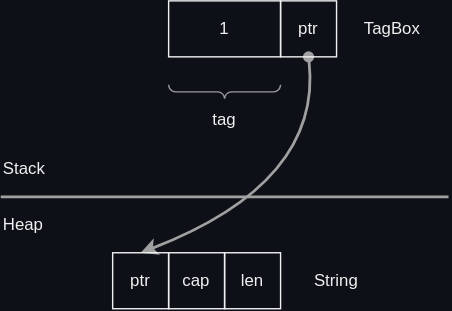
htgithub194/self-study keeps this draw.io diagram as docs/rust/memory_layout/images/box_enum.drawio.svg. Above is the earlier version. Source tidied: cells renumbered, new cells last; positions are measured from the earlier drawing's top-left corner, leaving out a move shared by most shapes.
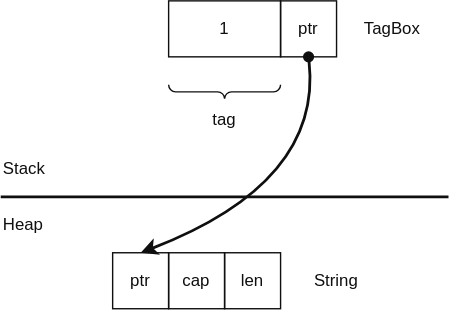
Above is the later version.

Diff of the diagram source:
```diff
@@ -1,51 +1,51 @@
-<mxGraphModel background="#0D1117">
+<mxGraphModel>
   <root>
     <mxCell id="0" />
     <mxCell id="1" parent="0" />
-    <mxCell id="2" value="1" style="rounded=0;whiteSpace=wrap;html=1;flipH=1;flipV=1;fillColor=none;fontColor=#F0F0F0;strokeColor=#F0F0F0;" parent="1" vertex="1">
+    <mxCell id="2" value="1" style="rounded=0;whiteSpace=wrap;html=1;flipH=1;flipV=1;fillColor=none;fontColor=light-dark(#0F0F0F,#F0F0F0);strokeColor=light-dark(#0F0F0F,#F0F0F0);" parent="1" vertex="1">
       <mxGeometry x="120" width="80" height="40" as="geometry" />
     </mxCell>
-    <mxCell id="3" style="edgeStyle=none;curved=1;html=1;exitX=0.5;exitY=1;exitDx=0;exitDy=0;entryX=0.5;entryY=0;entryDx=0;entryDy=0;strokeColor=#A0A0A0;strokeWidth=2;startArrow=oval;startFill=1;targetPerimeterSpacing=10;fontColor=#F0F0F0;" parent="1" edge="1" source="4" target="11">
+    <mxCell id="3" style="edgeStyle=none;curved=1;html=1;exitX=0.5;exitY=1;exitDx=0;exitDy=0;entryX=0.5;entryY=0;entryDx=0;entryDy=0;strokeColor=light-dark(#0F0F0F,#F0F0F0);strokeWidth=2;startArrow=oval;startFill=1;targetPerimeterSpacing=10;fontColor=light-dark(#0F0F0F,#F0F0F0);" parent="1" edge="1" source="4" target="11">
       <mxGeometry relative="1" as="geometry">
         <Array as="points">
           <mxPoint x="230" y="130" />
         </Array>
       </mxGeometry>
     </mxCell>
-    <mxCell id="4" value="ptr" style="rounded=0;whiteSpace=wrap;html=1;flipH=1;flipV=1;fillColor=none;fontColor=#F0F0F0;strokeColor=#F0F0F0;" parent="1" vertex="1">
+    <mxCell id="4" value="ptr" style="rounded=0;whiteSpace=wrap;html=1;flipH=1;flipV=1;fillColor=none;fontColor=light-dark(#0F0F0F,#F0F0F0);strokeColor=light-dark(#0F0F0F,#F0F0F0);" parent="1" vertex="1">
       <mxGeometry x="200" width="40" height="40" as="geometry" />
     </mxCell>
-    <mxCell id="5" style="verticalLabelPosition=bottom;shadow=0;dashed=0;align=center;html=1;verticalAlign=top;strokeWidth=1;shape=mxgraph.mockup.markup.curlyBrace;strokeColor=#999999;rotation=-180;fontColor=#F0F0F0;" parent="1" vertex="1">
+    <mxCell id="5" style="verticalLabelPosition=bottom;shadow=0;dashed=0;align=center;html=1;verticalAlign=top;strokeWidth=1;shape=mxgraph.mockup.markup.curlyBrace;strokeColor=light-dark(#0F0F0F,#F0F0F0);rotation=-180;fontColor=light-dark(#0F0F0F,#F0F0F0);" parent="1" vertex="1">
       <mxGeometry x="120" y="60" width="80" height="10" as="geometry" />
     </mxCell>
-    <mxCell id="6" value="tag" style="text;html=1;strokeColor=none;fillColor=none;align=center;verticalAlign=middle;whiteSpace=wrap;rounded=0;fontColor=#F0F0F0;" parent="1" vertex="1">
+    <mxCell id="6" value="tag" style="text;html=1;strokeColor=none;fillColor=none;align=center;verticalAlign=middle;whiteSpace=wrap;rounded=0;fontColor=light-dark(#0F0F0F,#F0F0F0);" parent="1" vertex="1">
       <mxGeometry x="120" y="75" width="80" height="20" as="geometry" />
     </mxCell>
-    <mxCell id="7" value="TagBox" style="text;html=1;strokeColor=none;fillColor=none;align=center;verticalAlign=middle;whiteSpace=wrap;rounded=0;fontColor=#F0F0F0;" parent="1" vertex="1">
+    <mxCell id="7" value="TagBox" style="text;html=1;strokeColor=none;fillColor=none;align=center;verticalAlign=middle;whiteSpace=wrap;rounded=0;fontColor=light-dark(#0F0F0F,#F0F0F0);" parent="1" vertex="1">
       <mxGeometry x="240" y="10" width="80" height="20" as="geometry" />
     </mxCell>
-    <mxCell id="8" style="endArrow=none;html=1;strokeColor=#A0A0A0;strokeWidth=2;fontColor=#F0F0F0;" parent="1" edge="1">
+    <mxCell id="8" style="endArrow=none;html=1;strokeColor=light-dark(#0F0F0F,#F0F0F0);strokeWidth=2;fontColor=light-dark(#0F0F0F,#F0F0F0);" parent="1" edge="1">
       <mxGeometry relative="1" as="geometry">
         <mxPoint y="140" as="sourcePoint" />
         <mxPoint x="320" y="140" as="targetPoint" />
       </mxGeometry>
     </mxCell>
-    <mxCell id="9" value="Heap" style="text;html=1;strokeColor=none;fillColor=none;align=left;verticalAlign=middle;whiteSpace=wrap;rounded=0;fontColor=#F0F0F0;" parent="1" vertex="1">
+    <mxCell id="9" value="Heap" style="text;html=1;strokeColor=none;fillColor=none;align=left;verticalAlign=middle;whiteSpace=wrap;rounded=0;fontColor=light-dark(#0F0F0F,#F0F0F0);" parent="1" vertex="1">
       <mxGeometry y="140" width="80" height="40" as="geometry" />
     </mxCell>
-    <mxCell id="10" value="Stack" style="text;html=1;strokeColor=none;fillColor=none;align=left;verticalAlign=middle;whiteSpace=wrap;rounded=0;fontColor=#F0F0F0;" parent="1" vertex="1">
+    <mxCell id="10" value="Stack" style="text;html=1;strokeColor=none;fillColor=none;align=left;verticalAlign=middle;whiteSpace=wrap;rounded=0;fontColor=light-dark(#0F0F0F,#F0F0F0);" parent="1" vertex="1">
       <mxGeometry y="100" width="80" height="40" as="geometry" />
     </mxCell>
-    <mxCell id="11" value="ptr" style="rounded=0;whiteSpace=wrap;html=1;flipH=1;flipV=1;fillColor=none;fontColor=#F0F0F0;strokeColor=#F0F0F0;" parent="1" vertex="1">
+    <mxCell id="11" value="ptr" style="rounded=0;whiteSpace=wrap;html=1;flipH=1;flipV=1;fillColor=none;fontColor=light-dark(#0F0F0F,#F0F0F0);strokeColor=light-dark(#0F0F0F,#F0F0F0);" parent="1" vertex="1">
       <mxGeometry x="80" y="180" width="40" height="40" as="geometry" />
     </mxCell>
-    <mxCell id="12" value="cap" style="rounded=0;whiteSpace=wrap;html=1;flipH=1;flipV=1;fillColor=none;fontColor=#F0F0F0;strokeColor=#F0F0F0;" parent="1" vertex="1">
+    <mxCell id="12" value="cap" style="rounded=0;whiteSpace=wrap;html=1;flipH=1;flipV=1;fillColor=none;fontColor=light-dark(#0F0F0F,#F0F0F0);strokeColor=light-dark(#0F0F0F,#F0F0F0);" parent="1" vertex="1">
       <mxGeometry x="120" y="180" width="40" height="40" as="geometry" />
     </mxCell>
-    <mxCell id="13" value="len" style="rounded=0;whiteSpace=wrap;html=1;flipH=1;flipV=1;fillColor=none;fontColor=#F0F0F0;strokeColor=#F0F0F0;" parent="1" vertex="1">
+    <mxCell id="13" value="len" style="rounded=0;whiteSpace=wrap;html=1;flipH=1;flipV=1;fillColor=none;fontColor=light-dark(#0F0F0F,#F0F0F0);strokeColor=light-dark(#0F0F0F,#F0F0F0);" parent="1" vertex="1">
       <mxGeometry x="160" y="180" width="40" height="40" as="geometry" />
     </mxCell>
-    <mxCell id="14" value="String" style="text;html=1;strokeColor=none;fillColor=none;align=center;verticalAlign=middle;whiteSpace=wrap;rounded=0;fontColor=#F0F0F0;" parent="1" vertex="1">
+    <mxCell id="14" value="String" style="text;html=1;strokeColor=none;fillColor=none;align=center;verticalAlign=middle;whiteSpace=wrap;rounded=0;fontColor=light-dark(#0F0F0F,#F0F0F0);" parent="1" vertex="1">
       <mxGeometry x="200" y="190" width="80" height="20" as="geometry" />
     </mxCell>
   </root>
```
